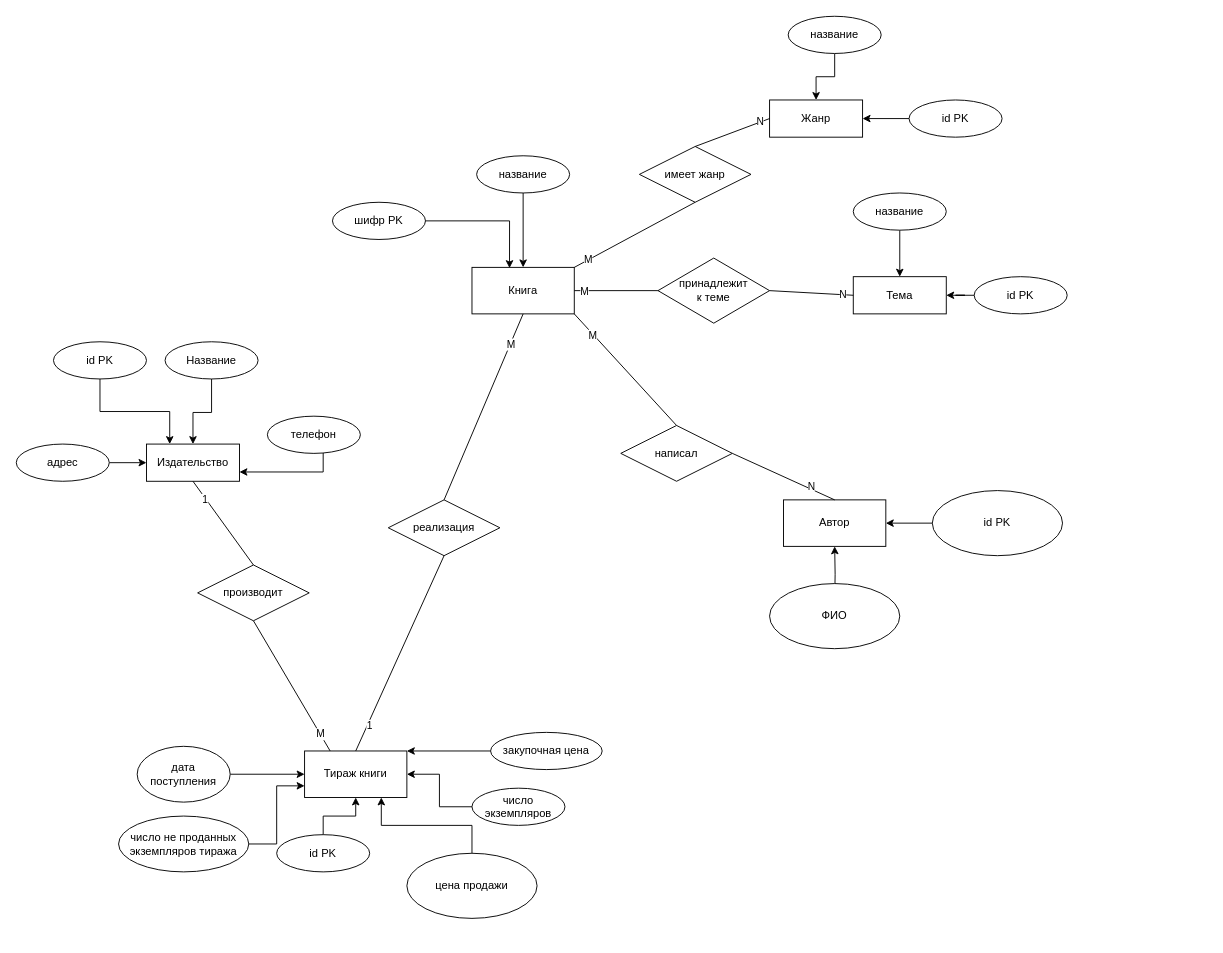
The draw.io diagram sources/er_diagram.drawio in 202rna/sql_labs2025, before the edit. Source tidied: cells renumbered, new cells numbered last; positions are measured from the earlier drawing's top-left corner, leaving out a move shared by most shapes. Both pictures are drawn from the tidied source at 93%, with x=0, y=0 at pixel (16, 16).
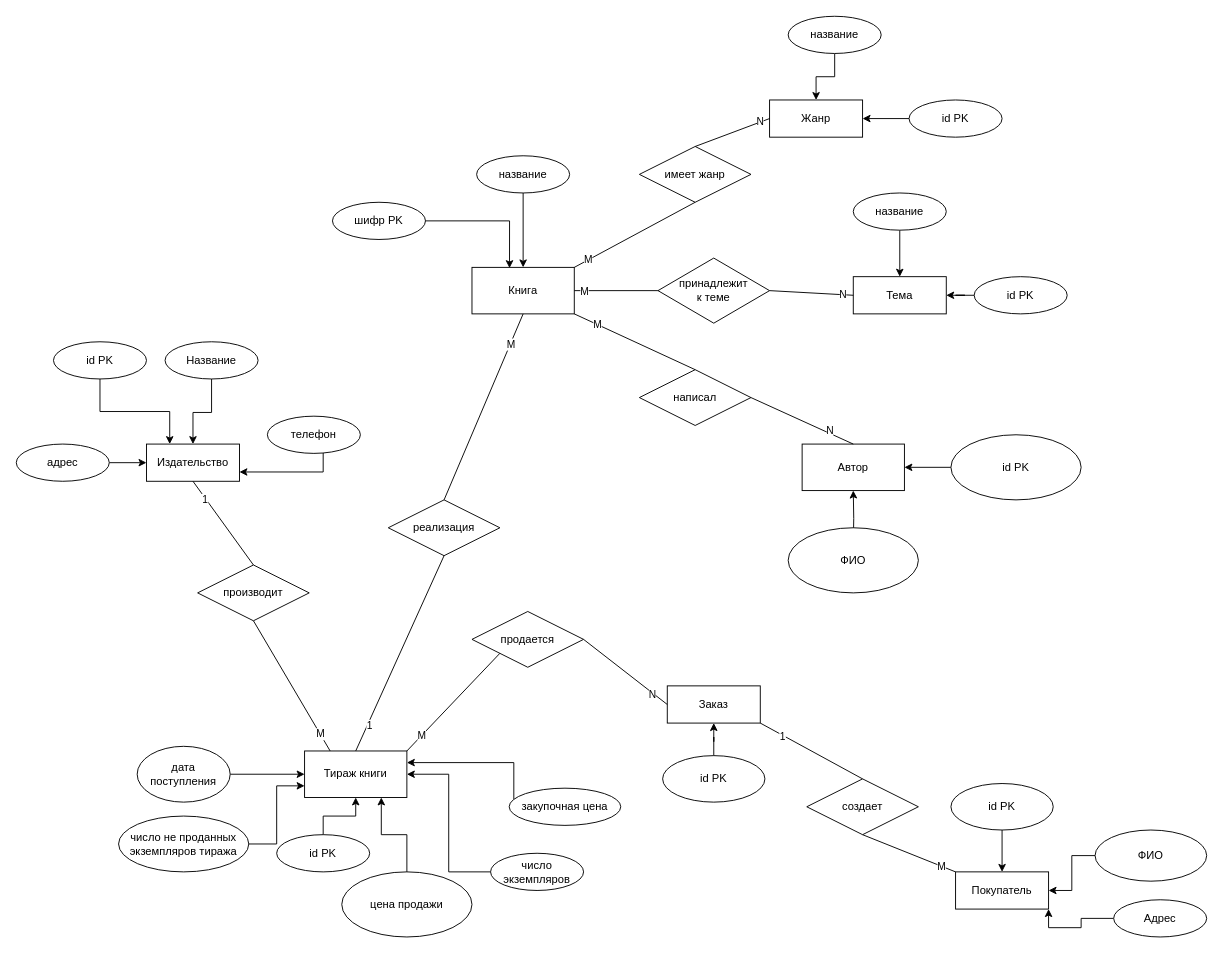
The same diagram, later.

The change refers to these unchanged cells:
```xml
<mxCell id="7" value="Тираж книги" style="html=1;whiteSpace=wrap;" parent="1" vertex="1">
  <mxGeometry x="310" y="790" width="110" height="50" as="geometry" />
</mxCell>
```

What changed in the source:
```diff
@@
-    <mxCell id="10" style="edgeStyle=orthogonalEdgeStyle;rounded=0;jettySize=auto;html=1;entryX=1;entryY=0;entryDx=0;entryDy=0;" parent="1" edge="1" source="11" target="7">
+    <mxCell id="10" style="edgeStyle=orthogonalEdgeStyle;rounded=0;jettySize=auto;html=1;entryX=1;entryY=0.25;entryDx=0;entryDy=0;" parent="1" edge="1" source="11" target="7">
       <mxGeometry relative="1" as="geometry">
         <Array as="points">
-          <mxPoint x="535" y="790" />
+          <mxPoint x="535" y="802" />
         </Array>
       </mxGeometry>
     </mxCell>
     <mxCell id="11" value="закупочная цена" style="ellipse;whiteSpace=wrap;html=1;" parent="1" vertex="1">
-      <mxGeometry x="510" y="770" width="120" height="40" as="geometry" />
+      <mxGeometry x="530" y="830" width="120" height="40" as="geometry" />
     </mxCell>
@@
     <mxCell id="13" value="число экземпляров" style="ellipse;whiteSpace=wrap;html=1;" parent="1" vertex="1">
-      <mxGeometry x="490" y="830" width="100" height="40" as="geometry" />
+      <mxGeometry x="510" y="900" width="100" height="40" as="geometry" />
     </mxCell>
@@
     <mxCell id="33" value="Автор" style="html=1;whiteSpace=wrap;" parent="1" vertex="1">
-      <mxGeometry x="825" y="520" width="110" height="50" as="geometry" />
+      <mxGeometry x="845" y="460" width="110" height="50" as="geometry" />
     </mxCell>
     <mxCell id="34" style="edgeStyle=orthogonalEdgeStyle;rounded=0;jettySize=auto;html=1;entryX=0.5;entryY=1;entryDx=0;entryDy=0;" parent="1" edge="1" target="33">
       <mxGeometry relative="1" as="geometry">
-        <mxPoint x="880" y="630" as="sourcePoint" />
+        <mxPoint x="900" y="570" as="sourcePoint" />
       </mxGeometry>
     </mxCell>
     <mxCell id="35" value="ФИО" style="ellipse;whiteSpace=wrap;html=1;" parent="1" vertex="1">
-      <mxGeometry x="810" y="610" width="140" height="70" as="geometry" />
+      <mxGeometry x="830" y="550" width="140" height="70" as="geometry" />
     </mxCell>
@@
     <mxCell id="37" value="id PK" style="ellipse;whiteSpace=wrap;html=1;" parent="1" vertex="1">
-      <mxGeometry x="985" y="510" width="140" height="70" as="geometry" />
+      <mxGeometry x="1005" y="450" width="140" height="70" as="geometry" />
     </mxCell>
     <mxCell id="38" value="написал" style="shape=rhombus;perimeter=rhombusPerimeter;whiteSpace=wrap;html=1;align=center;" parent="1" vertex="1">
-      <mxGeometry x="650" y="440" width="120" height="60" as="geometry" />
+      <mxGeometry x="670" y="380" width="120" height="60" as="geometry" />
     </mxCell>
@@
     <mxCell id="58" value="цена продажи" style="ellipse;whiteSpace=wrap;html=1;" parent="1" vertex="1">
-      <mxGeometry x="420" y="900" width="140" height="70" as="geometry" />
+      <mxGeometry x="350" y="920" width="140" height="70" as="geometry" />
     </mxCell>
@@
+    <mxCell id="69" value="Заказ" style="whiteSpace=wrap;html=1;align=center;" parent="1" vertex="1">
+      <mxGeometry x="700" y="720" width="100" height="40" as="geometry" />
+    </mxCell>
+    <mxCell id="70" value="продается" style="shape=rhombus;perimeter=rhombusPerimeter;whiteSpace=wrap;html=1;align=center;" parent="1" vertex="1">
+      <mxGeometry x="490" y="640" width="120" height="60" as="geometry" />
+    </mxCell>
+    <mxCell id="71" style="endArrow=none;html=1;rounded=0;exitX=1;exitY=0;exitDx=0;exitDy=0;entryX=0;entryY=1;entryDx=0;entryDy=0;" parent="1" edge="1" source="7" target="70">
+      <mxGeometry relative="1" as="geometry" />
+    </mxCell>
+    <mxCell id="72" value="M" style="edgeLabel;html=1;align=center;verticalAlign=middle;" parent="71" vertex="1">
+      <mxGeometry x="-0.68" relative="1" as="geometry" />
+    </mxCell>
+    <mxCell id="73" style="endArrow=none;html=1;rounded=0;exitX=1;exitY=0.5;exitDx=0;exitDy=0;entryX=0;entryY=0.5;entryDx=0;entryDy=0;" parent="1" edge="1" source="70" target="69">
+      <mxGeometry relative="1" as="geometry" />
+    </mxCell>
+    <mxCell id="74" value="N" style="edgeLabel;html=1;align=center;verticalAlign=middle;" parent="73" vertex="1">
+      <mxGeometry x="0.67" y="-2" relative="1" as="geometry">
+        <mxPoint y="-1" as="offset" />
+      </mxGeometry>
+    </mxCell>
+    <mxCell id="75" value="Покупатель" style="whiteSpace=wrap;html=1;align=center;" parent="1" vertex="1">
+      <mxGeometry x="1010" y="920" width="100" height="40" as="geometry" />
+    </mxCell>
+    <mxCell id="76" value="создает" style="shape=rhombus;perimeter=rhombusPerimeter;whiteSpace=wrap;html=1;align=center;" parent="1" vertex="1">
+      <mxGeometry x="850" y="820" width="120" height="60" as="geometry" />
+    </mxCell>
+    <mxCell id="77" style="endArrow=none;html=1;rounded=0;exitX=0;exitY=0;exitDx=0;exitDy=0;entryX=0.5;entryY=1;entryDx=0;entryDy=0;" parent="1" edge="1" source="75" target="76">
+      <mxGeometry relative="1" as="geometry" />
+    </mxCell>
+    <mxCell id="78" value="M" style="edgeLabel;html=1;align=center;verticalAlign=middle;" parent="77" vertex="1">
+      <mxGeometry x="-0.68" relative="1" as="geometry" />
+    </mxCell>
+    <mxCell id="79" style="endArrow=none;html=1;rounded=0;exitX=0.5;exitY=0;exitDx=0;exitDy=0;entryX=1;entryY=1;entryDx=0;entryDy=0;" parent="1" edge="1" source="76" target="69">
+      <mxGeometry relative="1" as="geometry" />
+    </mxCell>
+    <mxCell id="80" value="1" style="edgeLabel;html=1;align=center;verticalAlign=middle;" parent="79" vertex="1">
+      <mxGeometry x="0.57" y="2" relative="1" as="geometry" />
+    </mxCell>
+    <mxCell id="81" style="edgeStyle=orthogonalEdgeStyle;rounded=0;jettySize=auto;html=1;entryX=0.5;entryY=1;entryDx=0;entryDy=0;" parent="1" edge="1" source="82" target="69">
+      <mxGeometry relative="1" as="geometry" />
+    </mxCell>
+    <mxCell id="82" value="id PK" style="ellipse;whiteSpace=wrap;html=1;" parent="1" vertex="1">
+      <mxGeometry x="695" y="795" width="110" height="50" as="geometry" />
+    </mxCell>
+    <mxCell id="83" style="edgeStyle=orthogonalEdgeStyle;rounded=0;jettySize=auto;html=1;entryX=1;entryY=0.5;entryDx=0;entryDy=0;" parent="1" edge="1" source="84" target="75">
+      <mxGeometry relative="1" as="geometry" />
+    </mxCell>
+    <mxCell id="84" value="ФИО" style="ellipse;whiteSpace=wrap;html=1;" parent="1" vertex="1">
+      <mxGeometry x="1160" y="875" width="120" height="55" as="geometry" />
+    </mxCell>
+    <mxCell id="85" style="edgeStyle=orthogonalEdgeStyle;rounded=0;jettySize=auto;html=1;" parent="1" edge="1" source="86" target="75">
+      <mxGeometry relative="1" as="geometry" />
+    </mxCell>
+    <mxCell id="86" value="id PK" style="ellipse;whiteSpace=wrap;html=1;" parent="1" vertex="1">
+      <mxGeometry x="1005" y="825" width="110" height="50" as="geometry" />
+    </mxCell>
+    <mxCell id="87" style="edgeStyle=orthogonalEdgeStyle;rounded=0;jettySize=auto;html=1;entryX=1;entryY=1;entryDx=0;entryDy=0;" parent="1" edge="1" source="88" target="75">
+      <mxGeometry relative="1" as="geometry" />
+    </mxCell>
+    <mxCell id="88" value="Адрес" style="ellipse;whiteSpace=wrap;html=1;align=center;" parent="1" vertex="1">
+      <mxGeometry x="1180" y="950" width="100" height="40" as="geometry" />
+    </mxCell>
```
